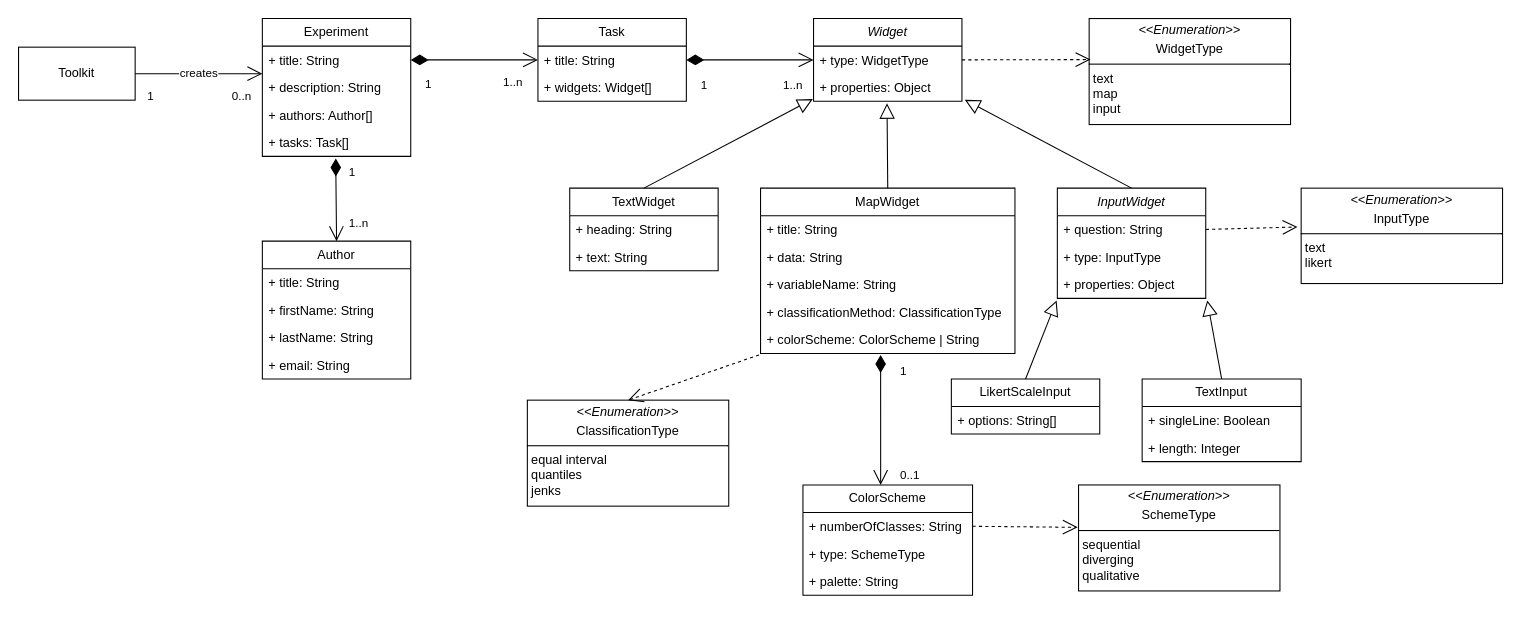
Earlier version of the draw.io diagram models/Model.drawio (aurioldegbelo/map-experiment-creation-toolkit). Source tidied: cells renumbered, new cells numbered last; positions are measured from the earlier drawing's top-left corner, leaving out a move shared by most shapes. Both pictures are drawn from the tidied source at 106%, with x=0, y=0 at pixel (18, 18).
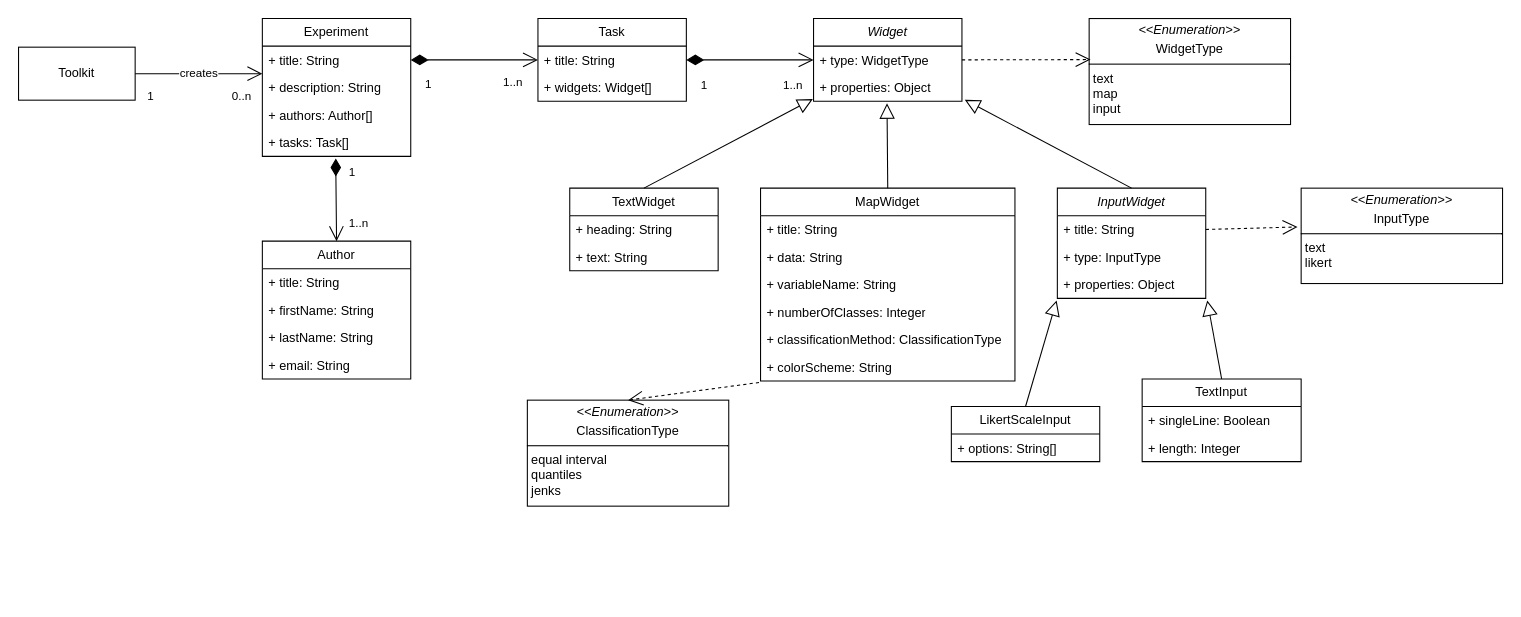
After the change.

Unchanged cells that the change refers to:
```xml
<mxCell id="34" value="&lt;i&gt;InputWidget&lt;/i&gt;" style="swimlane;fontStyle=0;horizontal=1;startSize=26;fillColor=none;whiteSpace=wrap;html=1;" parent="1" vertex="1">
  <mxGeometry x="980" y="160" width="140" height="104" as="geometry" />
</mxCell>
```

The edit, as a diff of the source:
```diff
@@
     <mxCell id="28" value="MapWidget" style="swimlane;fontStyle=0;horizontal=1;startSize=26;fillColor=none;whiteSpace=wrap;html=1;" parent="1" vertex="1">
-      <mxGeometry x="700" y="160" width="240" height="156" as="geometry" />
+      <mxGeometry x="700" y="160" width="240" height="182" as="geometry" />
     </mxCell>
@@
+    <mxCell id="69" value="+ numberOfClasses: Integer" style="text;strokeColor=none;fillColor=none;align=left;verticalAlign=top;spacingLeft=4;spacingRight=4;overflow=hidden;whiteSpace=wrap;html=1;" parent="28" vertex="1">
+      <mxGeometry y="104" width="240" height="26" as="geometry" />
+    </mxCell>
     <mxCell id="32" value="+ classificationMethod: ClassificationType&lt;div&gt;&lt;br&gt;&lt;/div&gt;" style="text;strokeColor=none;fillColor=none;align=left;verticalAlign=top;spacingLeft=4;spacingRight=4;overflow=hidden;whiteSpace=wrap;html=1;" parent="28" vertex="1">
-      <mxGeometry y="104" width="240" height="26" as="geometry" />
+      <mxGeometry y="130" width="240" height="26" as="geometry" />
     </mxCell>
-    <mxCell id="33" value="+ colorScheme: ColorScheme | String" style="text;strokeColor=none;fillColor=none;align=left;verticalAlign=top;spacingLeft=4;spacingRight=4;overflow=hidden;points=[[0,0.5],[1,0.5]];portConstraint=eastwest;whiteSpace=wrap;html=1;" parent="28" vertex="1">
-      <mxGeometry y="130" width="240" height="26" as="geometry" />
+    <mxCell id="33" value="+ colorScheme: String" style="text;strokeColor=none;fillColor=none;align=left;verticalAlign=top;spacingLeft=4;spacingRight=4;overflow=hidden;points=[[0,0.5],[1,0.5]];portConstraint=eastwest;whiteSpace=wrap;html=1;" parent="28" vertex="1">
+      <mxGeometry y="156" width="240" height="26" as="geometry" />
     </mxCell>
@@
-    <mxCell id="35" value="+ question: String" style="text;strokeColor=none;fillColor=none;align=left;verticalAlign=top;spacingLeft=4;spacingRight=4;overflow=hidden;points=[[0,0.5],[1,0.5]];portConstraint=eastwest;whiteSpace=wrap;html=1;" parent="34" vertex="1">
+    <mxCell id="35" value="+ title: String" style="text;strokeColor=none;fillColor=none;align=left;verticalAlign=top;spacingLeft=4;spacingRight=4;overflow=hidden;points=[[0,0.5],[1,0.5]];portConstraint=eastwest;whiteSpace=wrap;html=1;" parent="34" vertex="1">
       <mxGeometry y="26" width="140" height="26" as="geometry" />
     </mxCell>
@@
     <mxCell id="41" value="LikertScaleInput" style="swimlane;fontStyle=0;horizontal=1;startSize=26;fillColor=none;whiteSpace=wrap;html=1;" parent="1" vertex="1">
-      <mxGeometry x="880" y="340" width="140" height="52" as="geometry" />
+      <mxGeometry x="880" y="366" width="140" height="52" as="geometry" />
     </mxCell>
@@
-    <mxCell id="60" value="&lt;p style=&quot;margin:0px;margin-top:4px;text-align:center;&quot;&gt;&lt;i&gt;&amp;lt;&amp;lt;Enumeration&amp;gt;&amp;gt;&lt;/i&gt;&lt;br&gt;&lt;/p&gt;&lt;p style=&quot;margin:0px;margin-top:4px;text-align:center;&quot;&gt;SchemeType&lt;/p&gt;&lt;hr size=&quot;1&quot; style=&quot;border-style:solid;&quot;&gt;&lt;p style=&quot;margin:0px;margin-left:4px;&quot;&gt;&lt;span style=&quot;background-color: initial;&quot;&gt;sequential&lt;/span&gt;&lt;br&gt;&lt;/p&gt;&lt;p style=&quot;margin:0px;margin-left:4px;&quot;&gt;diverging&lt;/p&gt;&lt;p style=&quot;margin:0px;margin-left:4px;&quot;&gt;qualitative&lt;/p&gt;" style="verticalAlign=top;align=left;overflow=fill;html=1;whiteSpace=wrap;" parent="1" vertex="1">
-      <mxGeometry x="1000" y="440" width="190" height="100" as="geometry" />
-    </mxCell>
-    <mxCell id="61" style="endArrow=open;endSize=12;dashed=1;html=1;rounded=0;exitX=1;exitY=0.5;exitDx=0;exitDy=0;entryX=-0.004;entryY=0.4;entryDx=0;entryDy=0;entryPerimeter=0;" parent="1" edge="1" source="63" target="60">
-      <mxGeometry relative="1" as="geometry" />
-    </mxCell>
-    <mxCell id="62" value="ColorScheme" style="swimlane;fontStyle=0;horizontal=1;startSize=26;fillColor=none;whiteSpace=wrap;html=1;" parent="1" vertex="1">
-      <mxGeometry x="740" y="440" width="160" height="104" as="geometry" />
-    </mxCell>
-    <mxCell id="63" value="+ numberOfClasses: String" style="text;strokeColor=none;fillColor=none;align=left;verticalAlign=top;spacingLeft=4;spacingRight=4;overflow=hidden;points=[[0,0.5],[1,0.5]];portConstraint=eastwest;whiteSpace=wrap;html=1;" parent="62" vertex="1">
-      <mxGeometry y="26" width="160" height="26" as="geometry" />
-    </mxCell>
-    <mxCell id="64" value="+ type: SchemeType" style="text;strokeColor=none;fillColor=none;align=left;verticalAlign=top;spacingLeft=4;spacingRight=4;overflow=hidden;whiteSpace=wrap;html=1;" parent="62" vertex="1">
-      <mxGeometry y="52" width="160" height="26" as="geometry" />
-    </mxCell>
-    <mxCell id="65" value="+ palette: String" style="text;strokeColor=none;fillColor=none;align=left;verticalAlign=top;spacingLeft=4;spacingRight=4;overflow=hidden;whiteSpace=wrap;html=1;" parent="62" vertex="1">
-      <mxGeometry y="78" width="160" height="26" as="geometry" />
-    </mxCell>
-    <mxCell id="66" style="endArrow=open;html=1;endSize=12;startArrow=diamondThin;startSize=14;startFill=1;edgeStyle=orthogonalEdgeStyle;rounded=0;exitX=0.472;exitY=1.051;exitDx=0;exitDy=0;exitPerimeter=0;" parent="1" edge="1" source="33" target="62">
-      <mxGeometry relative="1" as="geometry">
-        <Array as="points">
-          <mxPoint x="813" y="390" />
-          <mxPoint x="813" y="390" />
-        </Array>
-      </mxGeometry>
-    </mxCell>
-    <mxCell id="67" value="1" style="edgeLabel;html=1;align=left;verticalAlign=top;" parent="66" vertex="1">
-      <mxGeometry x="-1" relative="1" as="geometry">
-        <mxPoint x="17" y="3" as="offset" />
-      </mxGeometry>
-    </mxCell>
-    <mxCell id="68" value="0..1" style="edgeLabel;html=1;align=left;verticalAlign=top;" parent="1" vertex="1">
-      <mxGeometry x="830" y="418" as="geometry" />
-    </mxCell>
```
